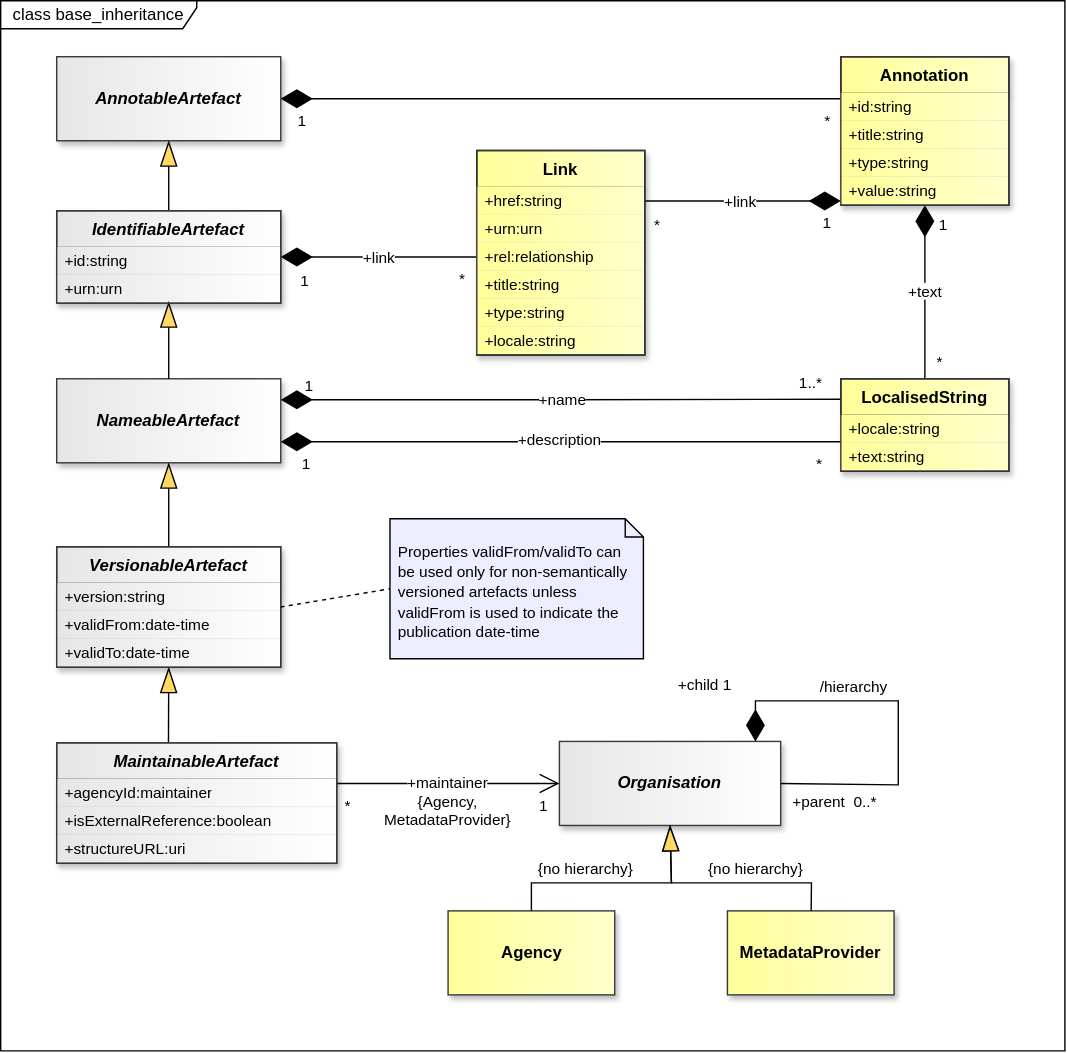
Earlier version of the draw.io export docs/information_model/media/sdmx_base-base_inheritance.svg (sdmx-twg/sdmx-im). Source tidied: cells renumbered, new cells last; positions are measured from the earlier drawing's top-left corner, leaving out a move shared by most shapes.
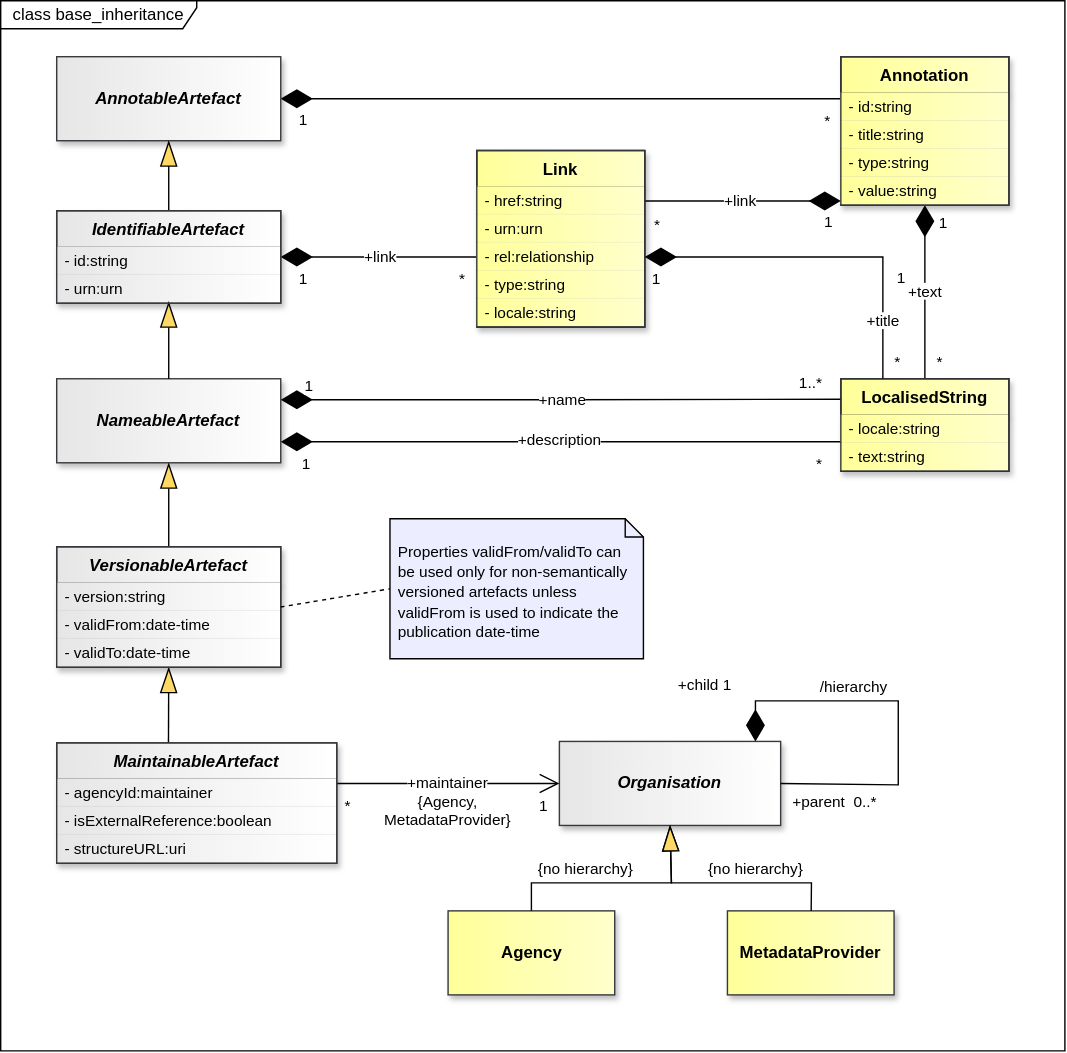
Later version of the same file.

Commit message:
https://github.com/sdmx-twg/sdmx-im/issues/41

What changed in the source:
```diff
@@ -118,12 +118,12 @@
     </mxCell>
-    <mxCell id="35" value="+id:string" style="text;strokeColor=none;fillColor=light-dark(#FFFF99,#FFFF99);align=left;verticalAlign=middle;spacingLeft=4;spacingRight=4;overflow=hidden;points=[[0,0.5],[1,0.5]];portConstraint=eastwest;whiteSpace=wrap;html=1;fontSize=11;gradientColor=light-dark(#FFFFCC,#FFFFCC);gradientDirection=east;fontColor=light-dark(#000000,#000000);strokeWidth=0;shadow=1;" parent="34" vertex="1">
+    <mxCell id="35" value="- id:string" style="text;strokeColor=none;fillColor=light-dark(#FFFF99,#FFFF99);align=left;verticalAlign=middle;spacingLeft=4;spacingRight=4;overflow=hidden;points=[[0,0.5],[1,0.5]];portConstraint=eastwest;whiteSpace=wrap;html=1;fontSize=11;gradientColor=light-dark(#FFFFCC,#FFFFCC);gradientDirection=east;fontColor=light-dark(#000000,#000000);strokeWidth=0;shadow=1;" parent="34" vertex="1">
       <mxGeometry y="26" width="120" height="20" as="geometry" />
     </mxCell>
-    <mxCell id="36" value="+title:string" style="text;strokeColor=none;fillColor=light-dark(#FFFF99,#FFFF99);align=left;verticalAlign=middle;spacingLeft=4;spacingRight=4;overflow=hidden;whiteSpace=wrap;html=1;fontSize=11;gradientColor=light-dark(#FFFFCC,#FFFFCC);gradientDirection=east;fontColor=light-dark(#000000,#000000);strokeWidth=0;shadow=1;" parent="34" vertex="1">
+    <mxCell id="36" value="- title:string" style="text;strokeColor=none;fillColor=light-dark(#FFFF99,#FFFF99);align=left;verticalAlign=middle;spacingLeft=4;spacingRight=4;overflow=hidden;whiteSpace=wrap;html=1;fontSize=11;gradientColor=light-dark(#FFFFCC,#FFFFCC);gradientDirection=east;fontColor=light-dark(#000000,#000000);strokeWidth=0;shadow=1;" parent="34" vertex="1">
       <mxGeometry y="46" width="120" height="20" as="geometry" />
     </mxCell>
-    <mxCell id="37" value="+type:string" style="text;strokeColor=none;fillColor=light-dark(#FFFF99,#FFFF99);align=left;verticalAlign=middle;spacingLeft=4;spacingRight=4;overflow=hidden;whiteSpace=wrap;html=1;fontSize=11;gradientColor=light-dark(#FFFFCC,#FFFFCC);gradientDirection=east;fontColor=light-dark(#000000,#000000);strokeWidth=0;shadow=1;" parent="34" vertex="1">
+    <mxCell id="37" value="- type:string" style="text;strokeColor=none;fillColor=light-dark(#FFFF99,#FFFF99);align=left;verticalAlign=middle;spacingLeft=4;spacingRight=4;overflow=hidden;whiteSpace=wrap;html=1;fontSize=11;gradientColor=light-dark(#FFFFCC,#FFFFCC);gradientDirection=east;fontColor=light-dark(#000000,#000000);strokeWidth=0;shadow=1;" parent="34" vertex="1">
       <mxGeometry y="66" width="120" height="20" as="geometry" />
     </mxCell>
-    <mxCell id="38" value="+value:string" style="text;strokeColor=none;fillColor=light-dark(#FFFF99,#FFFF99);align=left;verticalAlign=middle;spacingLeft=4;spacingRight=4;overflow=hidden;whiteSpace=wrap;html=1;fontSize=11;gradientColor=light-dark(#FFFFCC,#FFFFCC);gradientDirection=east;fontColor=light-dark(#000000,#000000);strokeWidth=0;shadow=1;" parent="34" vertex="1">
+    <mxCell id="38" value="- value:string" style="text;strokeColor=none;fillColor=light-dark(#FFFF99,#FFFF99);align=left;verticalAlign=middle;spacingLeft=4;spacingRight=4;overflow=hidden;whiteSpace=wrap;html=1;fontSize=11;gradientColor=light-dark(#FFFFCC,#FFFFCC);gradientDirection=east;fontColor=light-dark(#000000,#000000);strokeWidth=0;shadow=1;" parent="34" vertex="1">
       <mxGeometry y="86" width="120" height="20" as="geometry" />
@@ -139,6 +139,6 @@
     </mxCell>
-    <mxCell id="42" value="+id:string" style="text;strokeColor=none;fillColor=light-dark(#E6E6E6,#E6E6E6);align=left;verticalAlign=middle;spacingLeft=4;spacingRight=4;overflow=hidden;whiteSpace=wrap;html=1;fontFamily=Helvetica;fontSize=11;fontColor=light-dark(#000000,#000000);fontStyle=0;gradientColor=light-dark(#FFFFFF,#FFFFFF);gradientDirection=east;shadow=1;" parent="41" vertex="1">
+    <mxCell id="42" value="- id:string" style="text;strokeColor=none;fillColor=light-dark(#E6E6E6,#E6E6E6);align=left;verticalAlign=middle;spacingLeft=4;spacingRight=4;overflow=hidden;whiteSpace=wrap;html=1;fontFamily=Helvetica;fontSize=11;fontColor=light-dark(#000000,#000000);fontStyle=0;gradientColor=light-dark(#FFFFFF,#FFFFFF);gradientDirection=east;shadow=1;" parent="41" vertex="1">
       <mxGeometry y="26" width="160" height="20" as="geometry" />
     </mxCell>
-    <mxCell id="43" value="+urn:urn" style="text;strokeColor=none;fillColor=light-dark(#E6E6E6,#E6E6E6);align=left;verticalAlign=middle;spacingLeft=4;spacingRight=4;overflow=hidden;points=[[0,0.5],[1,0.5]];portConstraint=eastwest;whiteSpace=wrap;html=1;fontFamily=Helvetica;fontSize=11;fontColor=light-dark(#000000,#000000);fontStyle=0;gradientColor=light-dark(#FFFFFF,#FFFFFF);gradientDirection=east;shadow=1;" parent="41" vertex="1">
+    <mxCell id="43" value="- urn:urn" style="text;strokeColor=none;fillColor=light-dark(#E6E6E6,#E6E6E6);align=left;verticalAlign=middle;spacingLeft=4;spacingRight=4;overflow=hidden;points=[[0,0.5],[1,0.5]];portConstraint=eastwest;whiteSpace=wrap;html=1;fontFamily=Helvetica;fontSize=11;fontColor=light-dark(#000000,#000000);fontStyle=0;gradientColor=light-dark(#FFFFFF,#FFFFFF);gradientDirection=east;shadow=1;" parent="41" vertex="1">
       <mxGeometry y="46" width="160" height="20" as="geometry" />
@@ -169,6 +169,6 @@
     </mxCell>
-    <mxCell id="50" value="+locale:string" style="text;strokeColor=none;fillColor=light-dark(#FFFF99,#FFFF99);align=left;verticalAlign=middle;spacingLeft=4;spacingRight=4;overflow=hidden;whiteSpace=wrap;html=1;fontSize=11;gradientColor=light-dark(#FFFFCC,#FFFFCC);gradientDirection=east;fontColor=light-dark(#000000,#000000);strokeWidth=0;shadow=1;" parent="49" vertex="1">
+    <mxCell id="50" value="- locale:string" style="text;strokeColor=none;fillColor=light-dark(#FFFF99,#FFFF99);align=left;verticalAlign=middle;spacingLeft=4;spacingRight=4;overflow=hidden;whiteSpace=wrap;html=1;fontSize=11;gradientColor=light-dark(#FFFFCC,#FFFFCC);gradientDirection=east;fontColor=light-dark(#000000,#000000);strokeWidth=0;shadow=1;" parent="49" vertex="1">
       <mxGeometry y="26" width="120" height="20" as="geometry" />
     </mxCell>
-    <mxCell id="51" value="+text:string" style="text;strokeColor=none;fillColor=light-dark(#FFFF99,#FFFF99);align=left;verticalAlign=middle;spacingLeft=4;spacingRight=4;overflow=hidden;whiteSpace=wrap;html=1;fontSize=11;gradientColor=light-dark(#FFFFCC,#FFFFCC);gradientDirection=east;fontColor=light-dark(#000000,#000000);strokeWidth=0;shadow=1;" parent="49" vertex="1">
+    <mxCell id="51" value="- text:string" style="text;strokeColor=none;fillColor=light-dark(#FFFF99,#FFFF99);align=left;verticalAlign=middle;spacingLeft=4;spacingRight=4;overflow=hidden;whiteSpace=wrap;html=1;fontSize=11;gradientColor=light-dark(#FFFFCC,#FFFFCC);gradientDirection=east;fontColor=light-dark(#000000,#000000);strokeWidth=0;shadow=1;" parent="49" vertex="1">
       <mxGeometry y="46" width="120" height="20" as="geometry" />
@@ -176,21 +176,18 @@
     <mxCell id="52" value="Link" style="swimlane;fontStyle=1;align=center;verticalAlign=top;horizontal=1;startSize=26;whiteSpace=wrap;html=1;fillColor=light-dark(#FFFF99,#FFFF99);strokeColor=light-dark(#000000,#000000);gradientDirection=east;swimlaneLine=1;fontColor=light-dark(#000000,#000000);labelBackgroundColor=none;textShadow=0;gradientColor=light-dark(#FFFFCC,#FFFFCC);shadow=1;" parent="1" vertex="1">
-      <mxGeometry x="340" y="107" width="120" height="146" as="geometry" />
+      <mxGeometry x="340" y="107" width="120" height="126" as="geometry" />
     </mxCell>
-    <mxCell id="53" value="+href:string" style="text;strokeColor=none;fillColor=light-dark(#FFFF99,#FFFF99);align=left;verticalAlign=middle;spacingLeft=4;spacingRight=4;overflow=hidden;points=[[0,0.5],[1,0.5]];portConstraint=eastwest;whiteSpace=wrap;html=1;fontSize=11;gradientColor=light-dark(#FFFFCC,#FFFFCC);gradientDirection=east;fontColor=light-dark(#000000,#000000);strokeWidth=0;shadow=1;" parent="52" vertex="1">
+    <mxCell id="53" value="- href:string" style="text;strokeColor=none;fillColor=light-dark(#FFFF99,#FFFF99);align=left;verticalAlign=middle;spacingLeft=4;spacingRight=4;overflow=hidden;points=[[0,0.5],[1,0.5]];portConstraint=eastwest;whiteSpace=wrap;html=1;fontSize=11;gradientColor=light-dark(#FFFFCC,#FFFFCC);gradientDirection=east;fontColor=light-dark(#000000,#000000);strokeWidth=0;shadow=1;" parent="52" vertex="1">
       <mxGeometry y="26" width="120" height="20" as="geometry" />
     </mxCell>
-    <mxCell id="54" value="+urn:urn" style="text;strokeColor=none;fillColor=light-dark(#FFFF99,#FFFF99);align=left;verticalAlign=middle;spacingLeft=4;spacingRight=4;overflow=hidden;whiteSpace=wrap;html=1;fontSize=11;gradientColor=light-dark(#FFFFCC,#FFFFCC);gradientDirection=east;fontColor=light-dark(#000000,#000000);strokeWidth=0;shadow=1;" parent="52" vertex="1">
+    <mxCell id="54" value="- urn:urn" style="text;strokeColor=none;fillColor=light-dark(#FFFF99,#FFFF99);align=left;verticalAlign=middle;spacingLeft=4;spacingRight=4;overflow=hidden;whiteSpace=wrap;html=1;fontSize=11;gradientColor=light-dark(#FFFFCC,#FFFFCC);gradientDirection=east;fontColor=light-dark(#000000,#000000);strokeWidth=0;shadow=1;" parent="52" vertex="1">
       <mxGeometry y="46" width="120" height="20" as="geometry" />
     </mxCell>
-    <mxCell id="55" value="+rel:relationship" style="text;strokeColor=none;fillColor=light-dark(#FFFF99,#FFFF99);align=left;verticalAlign=middle;spacingLeft=4;spacingRight=4;overflow=hidden;points=[[0,0.5],[1,0.5]];portConstraint=eastwest;whiteSpace=wrap;html=1;fontSize=11;gradientColor=light-dark(#FFFFCC,#FFFFCC);gradientDirection=east;fontColor=light-dark(#000000,#000000);strokeWidth=0;shadow=1;" parent="52" vertex="1">
+    <mxCell id="55" value="- rel:relationship" style="text;strokeColor=none;fillColor=light-dark(#FFFF99,#FFFF99);align=left;verticalAlign=middle;spacingLeft=4;spacingRight=4;overflow=hidden;points=[[0,0.5],[1,0.5]];portConstraint=eastwest;whiteSpace=wrap;html=1;fontSize=11;gradientColor=light-dark(#FFFFCC,#FFFFCC);gradientDirection=east;fontColor=light-dark(#000000,#000000);strokeWidth=0;shadow=1;" parent="52" vertex="1">
       <mxGeometry y="66" width="120" height="20" as="geometry" />
     </mxCell>
-    <mxCell id="56" value="+title:string" style="text;strokeColor=none;fillColor=light-dark(#FFFF99,#FFFF99);align=left;verticalAlign=middle;spacingLeft=4;spacingRight=4;overflow=hidden;whiteSpace=wrap;html=1;fontSize=11;gradientColor=light-dark(#FFFFCC,#FFFFCC);gradientDirection=east;fontColor=light-dark(#000000,#000000);strokeWidth=0;shadow=1;" parent="52" vertex="1">
-      <mxGeometry y="86" width="120" height="20" as="geometry" />
-    </mxCell>
-    <mxCell id="57" value="+type:string" style="text;strokeColor=none;fillColor=light-dark(#FFFF99,#FFFF99);align=left;verticalAlign=middle;spacingLeft=4;spacingRight=4;overflow=hidden;whiteSpace=wrap;html=1;fontSize=11;gradientColor=light-dark(#FFFFCC,#FFFFCC);gradientDirection=east;fontColor=light-dark(#000000,#000000);strokeWidth=0;shadow=1;" parent="52" vertex="1">
-      <mxGeometry y="106" width="120" height="20" as="geometry" />
+    <mxCell id="57" value="- type:string" style="text;strokeColor=none;fillColor=light-dark(#FFFF99,#FFFF99);align=left;verticalAlign=middle;spacingLeft=4;spacingRight=4;overflow=hidden;whiteSpace=wrap;html=1;fontSize=11;gradientColor=light-dark(#FFFFCC,#FFFFCC);gradientDirection=east;fontColor=light-dark(#000000,#000000);strokeWidth=0;shadow=1;" parent="52" vertex="1">
+      <mxGeometry y="86" width="120" height="20" as="geometry" />
     </mxCell>
-    <mxCell id="58" value="+locale:string" style="text;strokeColor=none;fillColor=light-dark(#FFFF99,#FFFF99);align=left;verticalAlign=middle;spacingLeft=4;spacingRight=4;overflow=hidden;whiteSpace=wrap;html=1;fontSize=11;gradientColor=light-dark(#FFFFCC,#FFFFCC);gradientDirection=east;fontColor=light-dark(#000000,#000000);strokeWidth=0;shadow=1;" parent="52" vertex="1">
-      <mxGeometry y="126" width="120" height="20" as="geometry" />
+    <mxCell id="58" value="- locale:string" style="text;strokeColor=none;fillColor=light-dark(#FFFF99,#FFFF99);align=left;verticalAlign=middle;spacingLeft=4;spacingRight=4;overflow=hidden;whiteSpace=wrap;html=1;fontSize=11;gradientColor=light-dark(#FFFFCC,#FFFFCC);gradientDirection=east;fontColor=light-dark(#000000,#000000);strokeWidth=0;shadow=1;" parent="52" vertex="1">
+      <mxGeometry y="106" width="120" height="20" as="geometry" />
     </mxCell>
@@ -199,9 +196,9 @@
     </mxCell>
-    <mxCell id="60" value="+version:string" style="text;strokeColor=none;fillColor=light-dark(#E6E6E6,#E6E6E6);align=left;verticalAlign=middle;spacingLeft=4;spacingRight=4;overflow=hidden;whiteSpace=wrap;html=1;fontFamily=Helvetica;fontSize=11;fontColor=light-dark(#000000,#000000);fontStyle=0;gradientColor=light-dark(#FFFFFF,#FFFFFF);gradientDirection=east;shadow=1;" parent="59" vertex="1">
+    <mxCell id="60" value="- version:string" style="text;strokeColor=none;fillColor=light-dark(#E6E6E6,#E6E6E6);align=left;verticalAlign=middle;spacingLeft=4;spacingRight=4;overflow=hidden;whiteSpace=wrap;html=1;fontFamily=Helvetica;fontSize=11;fontColor=light-dark(#000000,#000000);fontStyle=0;gradientColor=light-dark(#FFFFFF,#FFFFFF);gradientDirection=east;shadow=1;" parent="59" vertex="1">
       <mxGeometry y="26" width="160" height="20" as="geometry" />
     </mxCell>
-    <mxCell id="61" value="+validFrom:date-time" style="text;strokeColor=none;fillColor=light-dark(#E6E6E6,#E6E6E6);align=left;verticalAlign=middle;spacingLeft=4;spacingRight=4;overflow=hidden;whiteSpace=wrap;html=1;fontFamily=Helvetica;fontSize=11;fontColor=light-dark(#000000,#000000);fontStyle=0;gradientColor=light-dark(#FFFFFF,#FFFFFF);gradientDirection=east;shadow=1;" parent="59" vertex="1">
+    <mxCell id="61" value="- validFrom:date-time" style="text;strokeColor=none;fillColor=light-dark(#E6E6E6,#E6E6E6);align=left;verticalAlign=middle;spacingLeft=4;spacingRight=4;overflow=hidden;whiteSpace=wrap;html=1;fontFamily=Helvetica;fontSize=11;fontColor=light-dark(#000000,#000000);fontStyle=0;gradientColor=light-dark(#FFFFFF,#FFFFFF);gradientDirection=east;shadow=1;" parent="59" vertex="1">
       <mxGeometry y="46" width="160" height="20" as="geometry" />
     </mxCell>
-    <mxCell id="62" value="+validTo:date-time" style="text;strokeColor=none;fillColor=light-dark(#E6E6E6,#E6E6E6);align=left;verticalAlign=middle;spacingLeft=4;spacingRight=4;overflow=hidden;whiteSpace=wrap;html=1;fontFamily=Helvetica;fontSize=11;fontColor=light-dark(#000000,#000000);fontStyle=0;gradientColor=light-dark(#FFFFFF,#FFFFFF);gradientDirection=east;shadow=1;" parent="59" vertex="1">
+    <mxCell id="62" value="- validTo:date-time" style="text;strokeColor=none;fillColor=light-dark(#E6E6E6,#E6E6E6);align=left;verticalAlign=middle;spacingLeft=4;spacingRight=4;overflow=hidden;whiteSpace=wrap;html=1;fontFamily=Helvetica;fontSize=11;fontColor=light-dark(#000000,#000000);fontStyle=0;gradientColor=light-dark(#FFFFFF,#FFFFFF);gradientDirection=east;shadow=1;" parent="59" vertex="1">
       <mxGeometry y="66" width="160" height="20" as="geometry" />
@@ -324,9 +321,9 @@
     </mxCell>
-    <mxCell id="87" value="+agencyId:maintainer" style="text;strokeColor=none;fillColor=light-dark(#E6E6E6,#E6E6E6);align=left;verticalAlign=middle;spacingLeft=4;spacingRight=4;overflow=hidden;whiteSpace=wrap;html=1;fontFamily=Helvetica;fontSize=11;fontColor=light-dark(#000000,#000000);fontStyle=0;gradientColor=light-dark(#FFFFFF,#FFFFFF);gradientDirection=east;shadow=1;" parent="86" vertex="1">
+    <mxCell id="87" value="- agencyId:maintainer" style="text;strokeColor=none;fillColor=light-dark(#E6E6E6,#E6E6E6);align=left;verticalAlign=middle;spacingLeft=4;spacingRight=4;overflow=hidden;whiteSpace=wrap;html=1;fontFamily=Helvetica;fontSize=11;fontColor=light-dark(#000000,#000000);fontStyle=0;gradientColor=light-dark(#FFFFFF,#FFFFFF);gradientDirection=east;shadow=1;" parent="86" vertex="1">
       <mxGeometry y="26" width="200" height="20" as="geometry" />
     </mxCell>
-    <mxCell id="88" value="+isExternalReference:boolean" style="text;strokeColor=none;fillColor=light-dark(#E6E6E6,#E6E6E6);align=left;verticalAlign=middle;spacingLeft=4;spacingRight=4;overflow=hidden;whiteSpace=wrap;html=1;fontFamily=Helvetica;fontSize=11;fontColor=light-dark(#000000,#000000);fontStyle=0;gradientColor=light-dark(#FFFFFF,#FFFFFF);gradientDirection=east;shadow=1;" parent="86" vertex="1">
+    <mxCell id="88" value="- isExternalReference:boolean" style="text;strokeColor=none;fillColor=light-dark(#E6E6E6,#E6E6E6);align=left;verticalAlign=middle;spacingLeft=4;spacingRight=4;overflow=hidden;whiteSpace=wrap;html=1;fontFamily=Helvetica;fontSize=11;fontColor=light-dark(#000000,#000000);fontStyle=0;gradientColor=light-dark(#FFFFFF,#FFFFFF);gradientDirection=east;shadow=1;" parent="86" vertex="1">
       <mxGeometry y="46" width="200" height="20" as="geometry" />
     </mxCell>
-    <mxCell id="89" value="+structureURL:uri" style="text;strokeColor=none;fillColor=light-dark(#E6E6E6,#E6E6E6);align=left;verticalAlign=middle;spacingLeft=4;spacingRight=4;overflow=hidden;whiteSpace=wrap;html=1;fontFamily=Helvetica;fontSize=11;fontColor=light-dark(#000000,#000000);fontStyle=0;gradientColor=light-dark(#FFFFFF,#FFFFFF);gradientDirection=east;shadow=1;" parent="86" vertex="1">
+    <mxCell id="89" value="- structureURL:uri" style="text;strokeColor=none;fillColor=light-dark(#E6E6E6,#E6E6E6);align=left;verticalAlign=middle;spacingLeft=4;spacingRight=4;overflow=hidden;whiteSpace=wrap;html=1;fontFamily=Helvetica;fontSize=11;fontColor=light-dark(#000000,#000000);fontStyle=0;gradientColor=light-dark(#FFFFFF,#FFFFFF);gradientDirection=east;shadow=1;" parent="86" vertex="1">
       <mxGeometry y="66" width="200" height="20" as="geometry" />
@@ -340,3 +337,3 @@
     <mxCell id="92" style="rounded=0;whiteSpace=wrap;html=1;fillColor=none;strokeColor=#36393D;" parent="1" vertex="1">
-      <mxGeometry x="340" y="107" width="120" height="146" as="geometry" />
+      <mxGeometry x="340" y="107" width="120" height="126" as="geometry" />
     </mxCell>
@@ -357,5 +354,23 @@
     </mxCell>
-    <mxCell id="98" style="edgeStyle=none;curved=1;rounded=0;jettySize=auto;html=1;fontSize=12;startSize=8;endSize=8;entryX=0;entryY=0.5;entryDx=0;entryDy=0;endArrow=none;endFill=0;dashed=1;exitX=1;exitY=0.5;exitDx=0;exitDy=0;" parent="1" edge="1" source="94" target="97">
+    <mxCell id="98" style="edgeStyle=none;curved=1;rounded=0;jettySize=auto;html=1;fontSize=12;startSize=8;endSize=8;entryX=0;entryY=0.5;entryDx=0;entryDy=0;endArrow=none;endFill=0;dashed=1;exitX=1;exitY=0.5;exitDx=0;exitDy=0;" parent="1" edge="1" source="59" target="97">
       <mxGeometry x="0.51" y="6.67" relative="1" as="geometry" />
     </mxCell>
+    <mxCell id="99" value="&lt;font style=&quot;color: light-dark(rgb(0, 0, 0), rgb(255, 255, 255)); background-color: light-dark(rgb(255, 255, 255), rgb(0, 0, 0));&quot;&gt;+title&lt;/font&gt;" style="endArrow=none;html=1;endSize=12;startArrow=diamondThin;startSize=20;startFill=1;edgeStyle=orthogonalEdgeStyle;rounded=0;exitX=1;exitY=0.5;exitDx=0;exitDy=0;endFill=0;strokeColor=light-dark(#000000,#FFFFFF);fontColor=light-dark(#000000,#FFFFFF);labelBackgroundColor=none;entryX=0.25;entryY=0;entryDx=0;entryDy=0;" parent="1" edge="1" source="55" target="49">
+      <mxGeometry x="0.68" relative="1" as="geometry" />
+    </mxCell>
+    <mxCell id="100" value="*" style="edgeLabel;html=1;align=right;verticalAlign=top;labelBackgroundColor=none;fontColor=light-dark(#000000,#FFFFFF);" parent="99" vertex="1">
+      <mxGeometry x="1" relative="1" as="geometry">
+        <mxPoint x="13" y="-25" as="offset" />
+      </mxGeometry>
+    </mxCell>
+    <mxCell id="101" value="1" style="edgeLabel;html=1;align=center;verticalAlign=middle;fontSize=11;" parent="99" vertex="1">
+      <mxGeometry x="0.43" y="4" relative="1" as="geometry">
+        <mxPoint x="8" as="offset" />
+      </mxGeometry>
+    </mxCell>
+    <mxCell id="102" value="1" style="edgeLabel;html=1;align=center;verticalAlign=middle;inheritText=1;fontColor=light-dark(#000000,#FFFFFF);labelBackgroundColor=none;" parent="99" vertex="1">
+      <mxGeometry x="-0.89" y="-2" relative="1" as="geometry">
+        <mxPoint x="-6" y="14" as="offset" />
+      </mxGeometry>
+    </mxCell>
   </root>
```
